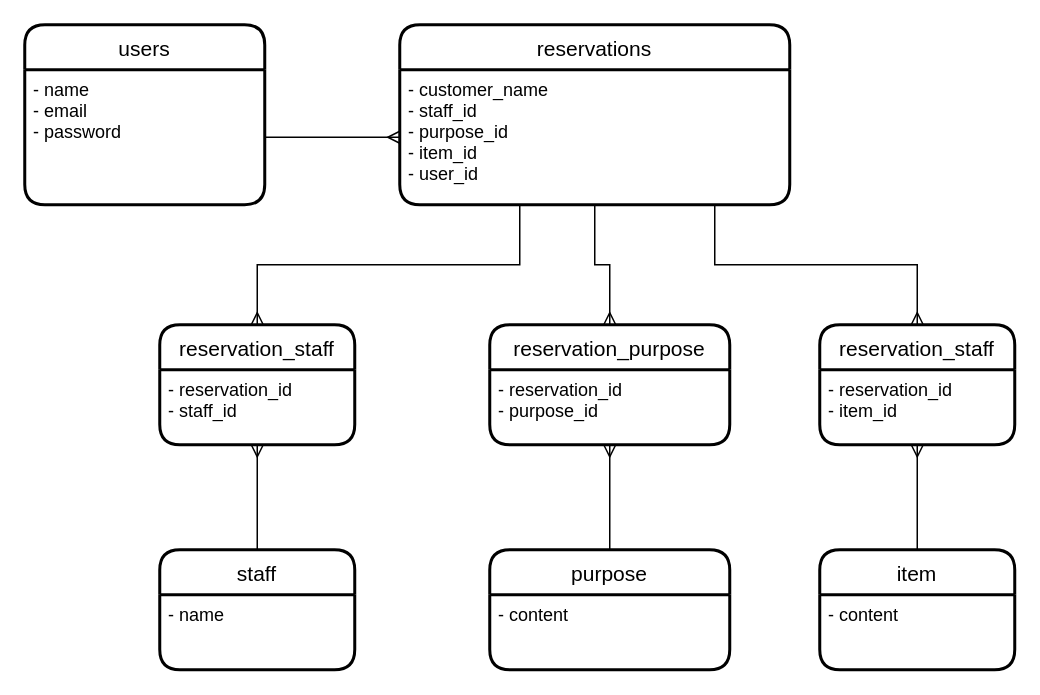
cochimu/rsystem-32070 keeps this draw.io diagram as app/views/layouts/er.dio. Above is the earlier version. Source tidied: cells renumbered, new cells numbered last; positions are measured from the earlier drawing's top-left corner, leaving out a move shared by most shapes. Both pictures are drawn from the tidied source at 150%, with x=0, y=0 at pixel (24, 24).
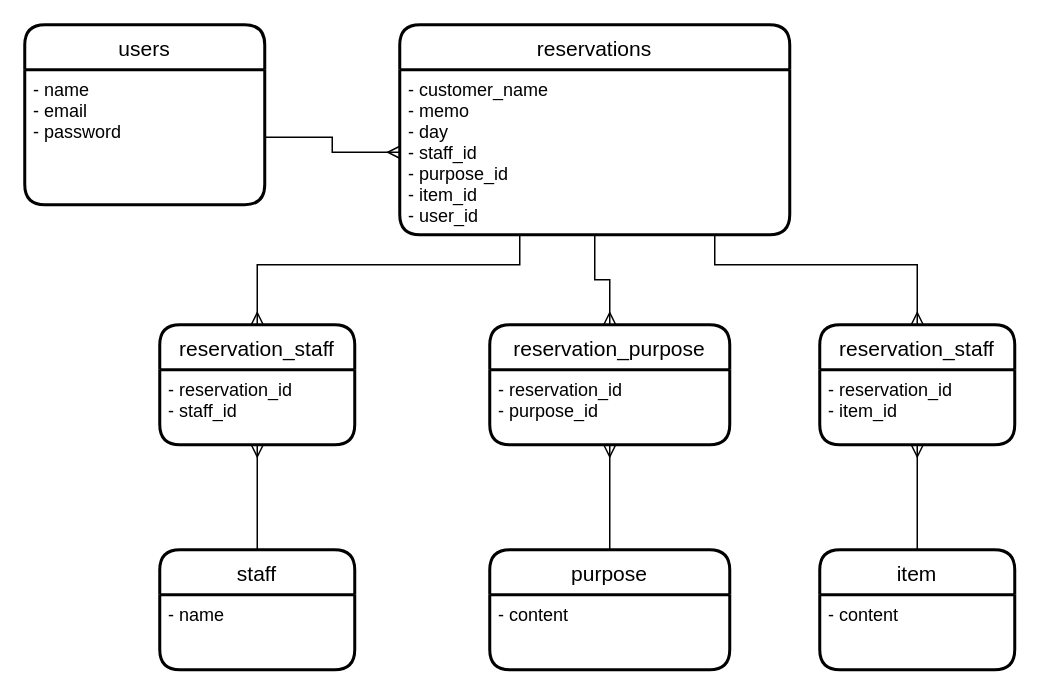
After the change.

The edit, as a diff of the source:
```diff
@@
     <mxCell id="4" value="reservations" style="swimlane;horizontal=1;startSize=30;rounded=1;fontSize=14;fontStyle=0;strokeWidth=2;shadow=0;dashed=0;align=center;" parent="1" vertex="1">
-      <mxGeometry x="250" width="260" height="120" as="geometry" />
+      <mxGeometry x="250" width="260" height="140" as="geometry" />
     </mxCell>
-    <mxCell id="5" value="- customer_name&#10;- staff_id&#10;- purpose_id&#10;- item_id&#10;- user_id" style="align=left;strokeColor=none;fillColor=none;spacingLeft=4;fontSize=12;verticalAlign=top;" parent="4" vertex="1">
-      <mxGeometry y="30" width="260" height="90" as="geometry" />
+    <mxCell id="5" value="- customer_name&#10;- memo&#10;- day&#10;- staff_id&#10;- purpose_id&#10;- item_id&#10;- user_id" style="align=left;strokeColor=none;fillColor=none;spacingLeft=4;fontSize=12;verticalAlign=top;" parent="4" vertex="1">
+      <mxGeometry y="30" width="260" height="110" as="geometry" />
     </mxCell>
```
